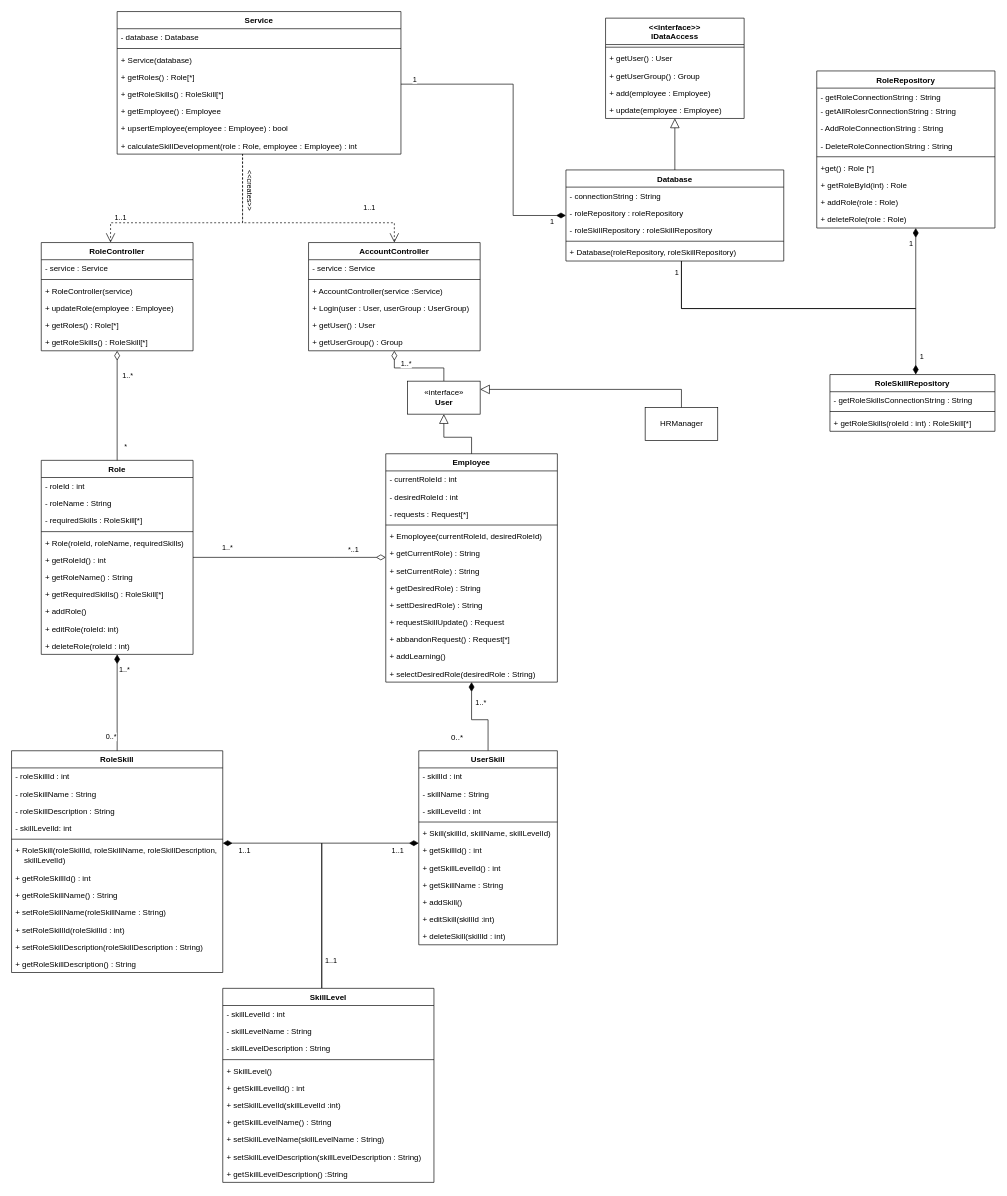
The draw.io diagram SelectRoleClassDiagram.drawio in learningCurve89/WorkBasedPortfolios, before the edit. Source tidied: cells renumbered, new cells numbered last; positions are measured from the earlier drawing's top-left corner, leaving out a move shared by most shapes. Both pictures are drawn from the tidied source at 66%, with x=0, y=0 at pixel (11, 11).
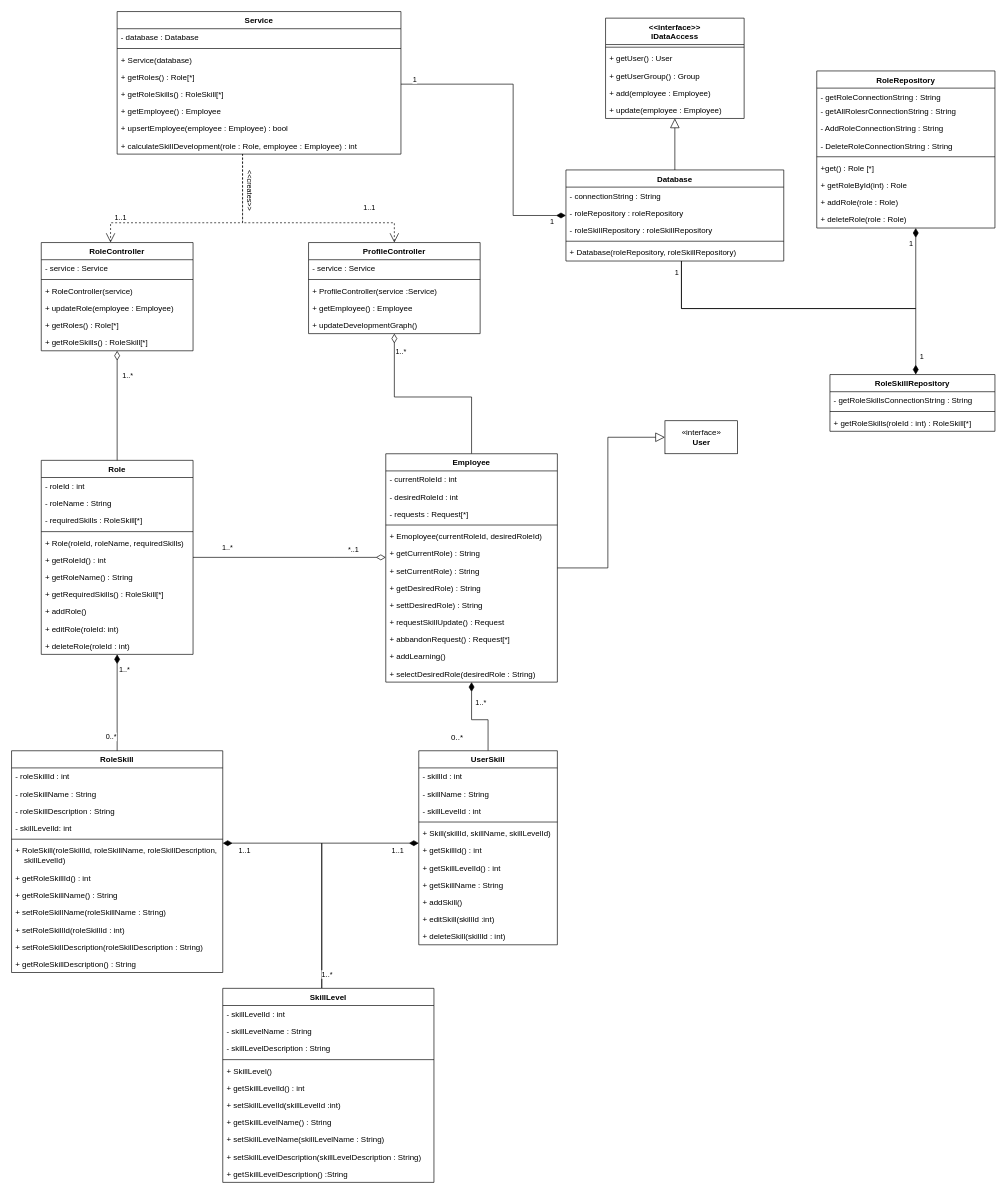
Above is the later version.

Unchanged cells that the change refers to:
```xml
<mxCell id="10" value="Employee" style="swimlane;fontStyle=1;align=center;verticalAlign=top;horizontal=1;startSize=26;" parent="1" vertex="1">
  <mxGeometry x="567" y="670" width="260" height="346" as="geometry" />
</mxCell>
<mxCell id="52" style="edgeStyle=orthogonalEdgeStyle;rounded=0;jettySize=auto;html=1;startSize=12;endArrow=diamondThin;endFill=1;endSize=12;startArrow=none;startFill=0;" parent="1" edge="1" source="55" target="67">
  <mxGeometry relative="1" as="geometry">
    <Array as="points">
      <mxPoint x="470" y="1260" />
    </Array>
  </mxGeometry>
</mxCell>
<mxCell id="80" style="edgeStyle=orthogonalEdgeStyle;rounded=0;jettySize=auto;html=1;entryX=0.5;entryY=0;entryDx=0;entryDy=0;startArrow=diamondThin;startFill=0;startSize=12;endArrow=none;endFill=0;endSize=12;" parent="1" edge="1" source="83" target="24">
  <mxGeometry relative="1" as="geometry" />
</mxCell>
```

What changed in the source:
```diff
@@
-    <mxCell id="5" style="edgeStyle=orthogonalEdgeStyle;rounded=0;jettySize=auto;html=1;startArrow=none;startFill=0;startSize=12;endArrow=diamondThin;endFill=0;endSize=12;" parent="1" edge="1" source="146" target="139">
+    <mxCell id="5" style="edgeStyle=orthogonalEdgeStyle;rounded=0;jettySize=auto;html=1;startArrow=none;startFill=0;startSize=12;endArrow=diamondThin;endFill=0;endSize=12;" parent="1" edge="1" source="10" target="139">
       <mxGeometry relative="1" as="geometry" />
     </mxCell>
     <mxCell id="6" value="1..*" style="edgeLabel;html=1;align=center;verticalAlign=middle;" parent="5" vertex="1">
-      <mxGeometry x="0.29" y="-7" relative="1" as="geometry" />
+      <mxGeometry x="0.29" y="-7" relative="1" as="geometry">
+        <mxPoint x="-0.1" y="-63" as="offset" />
+      </mxGeometry>
     </mxCell>
@@
-    <mxCell id="54" value="1..1" style="edgeLabel;html=1;align=center;verticalAlign=middle;" parent="52" vertex="1">
-      <mxGeometry x="-0.76" y="-13" relative="1" as="geometry">
-        <mxPoint y="1" as="offset" />
-      </mxGeometry>
-    </mxCell>
+    <mxCell id="151" value="1..*" style="edgeLabel;html=1;align=center;verticalAlign=middle;" parent="52" vertex="1">
+      <mxGeometry x="-0.88" y="-7" relative="1" as="geometry" />
+    </mxCell>
@@
-    <mxCell id="82" value="*" style="edgeLabel;html=1;align=center;verticalAlign=middle;" parent="80" vertex="1">
-      <mxGeometry x="0.75" y="12" relative="1" as="geometry" />
-    </mxCell>
@@
-    <mxCell id="139" value="AccountController" style="swimlane;fontStyle=1;align=center;verticalAlign=top;horizontal=1;startSize=26;" parent="1" vertex="1">
-      <mxGeometry x="450" y="350" width="260" height="164" as="geometry" />
+    <mxCell id="139" value="ProfileController" style="swimlane;fontStyle=1;align=center;verticalAlign=top;horizontal=1;startSize=26;" parent="1" vertex="1">
+      <mxGeometry x="450" y="350" width="260" height="138" as="geometry" />
     </mxCell>
@@
-    <mxCell id="142" value="+ AccountController(service :Service)" style="text;strokeColor=none;fillColor=none;align=left;verticalAlign=top;spacingLeft=4;spacingRight=4;overflow=hidden;" parent="139" vertex="1">
+    <mxCell id="142" value="+ ProfileController(service :Service)" style="text;strokeColor=none;fillColor=none;align=left;verticalAlign=top;spacingLeft=4;spacingRight=4;overflow=hidden;" parent="139" vertex="1">
       <mxGeometry y="60" width="260" height="26" as="geometry" />
     </mxCell>
-    <mxCell id="143" value="+ Login(user : User, userGroup : UserGroup)" style="text;strokeColor=none;fillColor=none;align=left;verticalAlign=top;spacingLeft=4;spacingRight=4;overflow=hidden;" parent="139" vertex="1">
-      <mxGeometry y="86" width="260" height="26" as="geometry" />
-    </mxCell>
-    <mxCell id="144" value="+ getUser() : User" style="text;strokeColor=none;fillColor=none;align=left;verticalAlign=top;spacingLeft=4;spacingRight=4;overflow=hidden;" parent="139" vertex="1">
-      <mxGeometry y="112" width="260" height="26" as="geometry" />
+    <mxCell id="144" value="+ getEmployee() : Employee" style="text;strokeColor=none;fillColor=none;align=left;verticalAlign=top;spacingLeft=4;spacingRight=4;overflow=hidden;" parent="139" vertex="1">
+      <mxGeometry y="86" width="260" height="26" as="geometry" />
     </mxCell>
-    <mxCell id="145" value="+ getUserGroup() : Group" style="text;strokeColor=none;fillColor=none;align=left;verticalAlign=top;spacingLeft=4;spacingRight=4;overflow=hidden;" parent="139" vertex="1">
-      <mxGeometry y="138" width="260" height="26" as="geometry" />
+    <mxCell id="145" value="+ updateDevelopmentGraph()" style="text;strokeColor=none;fillColor=none;align=left;verticalAlign=top;spacingLeft=4;spacingRight=4;overflow=hidden;" parent="139" vertex="1">
+      <mxGeometry y="112" width="260" height="26" as="geometry" />
     </mxCell>
     <mxCell id="146" value="«interface»&lt;br&gt;&lt;b&gt;User&lt;/b&gt;" style="html=1;" parent="1" vertex="1">
-      <mxGeometry x="600" y="560" width="110" height="50" as="geometry" />
+      <mxGeometry x="990" y="620" width="110" height="50" as="geometry" />
     </mxCell>
@@
-    <mxCell id="148" style="edgeStyle=orthogonalEdgeStyle;rounded=0;jettySize=auto;html=1;entryX=1;entryY=0.25;entryDx=0;entryDy=0;startArrow=none;startFill=0;startSize=12;endArrow=block;endFill=0;endSize=12;" parent="1" edge="1" source="149" target="146">
-      <mxGeometry relative="1" as="geometry">
-        <Array as="points">
-          <mxPoint x="1015" y="573" />
-        </Array>
-      </mxGeometry>
-    </mxCell>
-    <mxCell id="149" value="HRManager" style="html=1;" parent="1" vertex="1">
-      <mxGeometry x="960" y="600" width="110" height="50" as="geometry" />
-    </mxCell>
```
